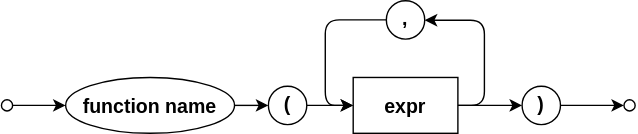
Before: cds/assets/cxl/function-def.drawio.svg, a diagram exported from draw.io (capire/docs). Source tidied: cells renumbered, new cells last; positions are measured from the earlier drawing's top-left corner, leaving out a move shared by most shapes.
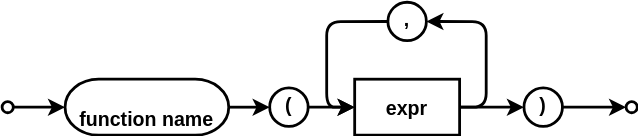
After the change.

What changed in the source:
```diff
@@ -2,40 +2,37 @@
   <root>
     <mxCell id="0" />
     <mxCell id="1" parent="0" />
-    <mxCell id="2" style="ellipse;strokeWidth=1;fontSize=14;verticalAlign=middle;fontStyle=1;textDirection=ltr;" parent="1" vertex="1">
+    <mxCell id="2" style="ellipse;strokeWidth=2;fontSize=14;verticalAlign=middle;fontStyle=1;textDirection=ltr;" parent="1" vertex="1">
       <mxGeometry y="71" width="8" height="8" as="geometry" />
     </mxCell>
-    <mxCell id="3" style="ellipse;strokeWidth=1;fontSize=14;verticalAlign=middle;fontStyle=1;textDirection=ltr;" parent="1" vertex="1">
+    <mxCell id="3" style="ellipse;strokeWidth=2;fontSize=14;verticalAlign=middle;fontStyle=1;textDirection=ltr;" parent="1" vertex="1">
       <mxGeometry x="446" y="71" width="8" height="8" as="geometry" />
     </mxCell>
-    <mxCell id="4" style="edgeStyle=entityRelationEdgeStyle;startArrow=none;endArrow=classic;segment=10;curved=1;sourcePerimeterSpacing=0;targetPerimeterSpacing=0;endFill=1;textDirection=ltr;verticalAlign=middle;spacing=2;strokeWidth=1;fontSize=14;fontStyle=1;horizontal=1;labelBorderColor=none;textShadow=0;" parent="1" edge="1" source="5" target="7">
+    <mxCell id="4" style="edgeStyle=entityRelationEdgeStyle;startArrow=none;endArrow=classic;segment=10;curved=1;sourcePerimeterSpacing=0;targetPerimeterSpacing=0;endFill=1;textDirection=ltr;verticalAlign=middle;spacing=2;strokeWidth=2;fontSize=14;fontStyle=1;horizontal=1;labelBorderColor=none;textShadow=0;exitX=1;exitY=0.5;exitDx=0;exitDy=0;" parent="1" edge="1" source="5" target="7">
       <mxGeometry relative="1" as="geometry" />
     </mxCell>
-    <mxCell id="5" value="function name" style="ellipse;align=center;newEdgeStyle={&quot;edgeStyle&quot;:&quot;entityRelationEdgeStyle&quot;,&quot;startArrow&quot;:&quot;none&quot;,&quot;endArrow&quot;:&quot;none&quot;,&quot;segment&quot;:10,&quot;curved&quot;:1,&quot;sourcePerimeterSpacing&quot;:0,&quot;targetPerimeterSpacing&quot;:0};textDirection=ltr;verticalAlign=middle;spacing=0;strokeWidth=1;fontSize=14;fontStyle=1;horizontal=1;labelBorderColor=none;textShadow=0;" parent="1" vertex="1">
-      <mxGeometry x="46" y="55" width="121" height="40" as="geometry" />
-    </mxCell>
-    <mxCell id="6" style="edgeStyle=none;textDirection=ltr;verticalAlign=middle;spacing=2;strokeWidth=1;fontSize=14;fontStyle=1;horizontal=1;labelBorderColor=none;textShadow=0;entryX=0;entryY=0.5;entryDx=0;entryDy=0;" parent="1" edge="1" source="7" target="11">
+    <mxCell id="6" style="edgeStyle=none;textDirection=ltr;verticalAlign=middle;spacing=2;strokeWidth=2;fontSize=14;fontStyle=1;horizontal=1;labelBorderColor=none;textShadow=0;entryX=0;entryY=0.5;entryDx=0;entryDy=0;" parent="1" edge="1" source="7" target="11">
       <mxGeometry relative="1" as="geometry" />
     </mxCell>
-    <mxCell id="7" value="(" style="ellipse;verticalAlign=top;spacingBottom=4;spacing=0;strokeWidth=1;fontSize=14;fontStyle=1;horizontal=1;labelBorderColor=none;textShadow=0;align=center;" parent="1" vertex="1">
+    <mxCell id="7" value="(" style="ellipse;verticalAlign=top;spacingBottom=4;spacing=0;strokeWidth=2;fontSize=14;fontStyle=1;horizontal=1;labelBorderColor=none;textShadow=0;align=center;" parent="1" vertex="1">
       <mxGeometry x="191.2" y="61.2" width="27.5" height="27.5" as="geometry" />
     </mxCell>
-    <mxCell id="8" style="edgeStyle=none;entryX=0;entryY=0.5;entryDx=0;entryDy=0;textDirection=ltr;verticalAlign=middle;spacing=2;strokeWidth=1;fontSize=14;fontStyle=1;horizontal=1;labelBorderColor=none;textShadow=0;exitX=1;exitY=0.5;exitDx=0;exitDy=0;" parent="1" edge="1" source="11" target="10">
+    <mxCell id="8" style="edgeStyle=none;entryX=0;entryY=0.5;entryDx=0;entryDy=0;textDirection=ltr;verticalAlign=middle;spacing=2;strokeWidth=2;fontSize=14;fontStyle=1;horizontal=1;labelBorderColor=none;textShadow=0;exitX=1;exitY=0.5;exitDx=0;exitDy=0;" parent="1" edge="1" source="11" target="10">
       <mxGeometry relative="1" as="geometry" />
     </mxCell>
-    <mxCell id="9" style="edgeStyle=none;html=1;" parent="1" edge="1" source="10" target="3">
+    <mxCell id="9" style="edgeStyle=none;html=1;strokeWidth=2;" parent="1" edge="1" source="10" target="3">
       <mxGeometry relative="1" as="geometry" />
     </mxCell>
-    <mxCell id="10" value=")" style="ellipse;verticalAlign=top;spacingBottom=4;textDirection=ltr;spacing=0;strokeWidth=1;fontSize=14;fontStyle=1;horizontal=1;labelBorderColor=none;textShadow=0;" parent="1" vertex="1">
+    <mxCell id="10" value=")" style="ellipse;verticalAlign=top;spacingBottom=4;textDirection=ltr;spacing=0;strokeWidth=2;fontSize=14;fontStyle=1;horizontal=1;labelBorderColor=none;textShadow=0;" parent="1" vertex="1">
       <mxGeometry x="373" y="61.2" width="27.5" height="27.5" as="geometry" />
     </mxCell>
-    <mxCell id="11" value="expr" style="rounded=0;strokeWidth=1;arcSize=37;textDirection=ltr;verticalAlign=middle;spacing=2;fontSize=14;fontStyle=1;horizontal=1;labelBorderColor=none;textShadow=0;" parent="1" vertex="1">
+    <mxCell id="11" value="expr" style="rounded=0;strokeWidth=2;arcSize=37;textDirection=ltr;verticalAlign=middle;spacing=2;fontSize=14;fontStyle=1;horizontal=1;labelBorderColor=none;textShadow=0;" parent="1" vertex="1">
       <mxGeometry x="252" y="55" width="75" height="40" as="geometry" />
     </mxCell>
-    <mxCell id="12" value="," style="ellipse;verticalAlign=middle;spacingBottom=4;textDirection=ltr;spacing=0;strokeWidth=1;fontSize=14;fontStyle=1;horizontal=1;labelBorderColor=none;textShadow=0;" parent="1" vertex="1">
+    <mxCell id="12" value="," style="ellipse;verticalAlign=middle;spacingBottom=4;textDirection=ltr;spacing=0;strokeWidth=2;fontSize=14;fontStyle=1;horizontal=1;labelBorderColor=none;textShadow=0;" parent="1" vertex="1">
       <mxGeometry x="275.8" width="27.5" height="27.5" as="geometry" />
     </mxCell>
-    <mxCell id="13" style="edgeStyle=orthogonalEdgeStyle;rounded=1;jettySize=auto;html=1;exitX=1;exitY=0.5;exitDx=0;exitDy=0;entryX=1;entryY=0.5;entryDx=0;entryDy=0;startArrow=none;startFill=0;endArrow=classic;endFill=1;startSize=6;endSize=6;align=center;fontSize=12;labelBackgroundColor=none;" parent="1" edge="1" source="11" target="12">
+    <mxCell id="13" style="edgeStyle=orthogonalEdgeStyle;rounded=1;jettySize=auto;html=1;exitX=1;exitY=0.5;exitDx=0;exitDy=0;entryX=1;entryY=0.5;entryDx=0;entryDy=0;startArrow=none;startFill=0;endArrow=classic;endFill=1;startSize=6;endSize=6;align=center;fontSize=12;labelBackgroundColor=none;strokeWidth=2;" parent="1" edge="1" source="11" target="12">
       <mxGeometry relative="1" as="geometry">
         <Array as="points">
           <mxPoint x="346" y="75" />
@@ -44,11 +41,14 @@
         </Array>
       </mxGeometry>
     </mxCell>
-    <mxCell id="14" style="edgeStyle=orthogonalEdgeStyle;rounded=1;jettySize=auto;html=1;exitX=0;exitY=0.5;exitDx=0;exitDy=0;entryX=0;entryY=0.5;entryDx=0;entryDy=0;startArrow=none;startFill=0;endArrow=classic;endFill=1;startSize=6;endSize=6;align=center;fontSize=12;labelBackgroundColor=none;" parent="1" edge="1" source="12" target="11">
+    <mxCell id="14" style="edgeStyle=orthogonalEdgeStyle;rounded=1;jettySize=auto;html=1;exitX=0;exitY=0.5;exitDx=0;exitDy=0;entryX=0;entryY=0.5;entryDx=0;entryDy=0;startArrow=none;startFill=0;endArrow=classic;endFill=1;startSize=6;endSize=6;align=center;fontSize=12;labelBackgroundColor=none;strokeWidth=2;" parent="1" edge="1" source="12" target="11">
       <mxGeometry relative="1" as="geometry" />
     </mxCell>
-    <mxCell id="15" style="edgeStyle=orthogonalEdgeStyle;rounded=1;jettySize=auto;html=1;exitX=1;exitY=0.5;exitDx=0;exitDy=0;entryX=0;entryY=0.5;entryDx=0;entryDy=0;startArrow=none;startFill=0;endArrow=classic;endFill=1;startSize=6;endSize=6;align=center;fontSize=12;labelBackgroundColor=none;" parent="1" edge="1" source="2" target="5">
+    <mxCell id="15" style="edgeStyle=orthogonalEdgeStyle;rounded=1;jettySize=auto;html=1;exitX=1;exitY=0.5;exitDx=0;exitDy=0;entryX=0;entryY=0.5;entryDx=0;entryDy=0;startArrow=none;startFill=0;endArrow=classic;endFill=1;startSize=6;endSize=6;align=center;fontSize=12;labelBackgroundColor=none;strokeWidth=2;" parent="1" edge="1" source="2" target="5">
       <mxGeometry relative="1" as="geometry" />
     </mxCell>
+    <mxCell id="5" value="&lt;span style=&quot;color: rgb(0, 0, 0); font-size: 14px; font-weight: 700; text-wrap-mode: nowrap;&quot;&gt;function name&lt;/span&gt;" style="rounded=1;whiteSpace=wrap;html=1;arcSize=60;strokeWidth=2;verticalAlign=bottom;" parent="1" vertex="1">
+      <mxGeometry x="45" y="55" width="117" height="40" as="geometry" />
+    </mxCell>
   </root>
 </mxGraphModel>
```
